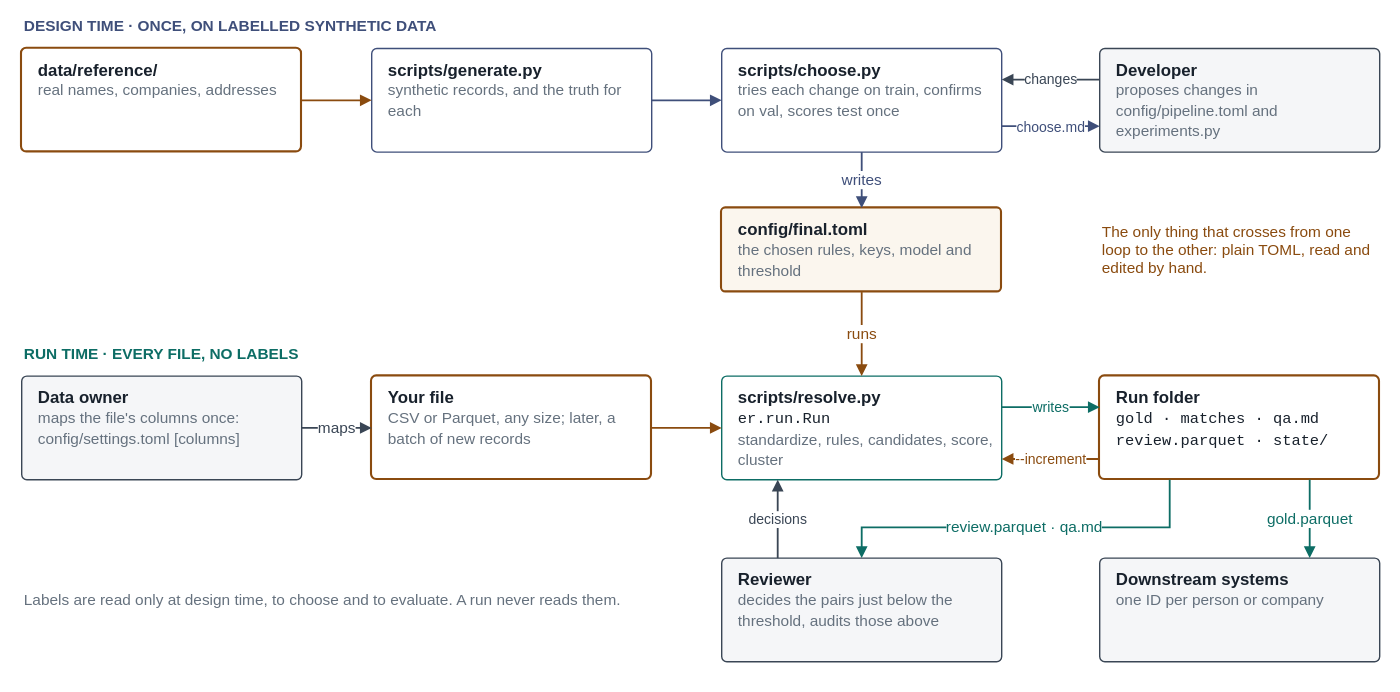
Earlier version of the draw.io export docs/architecture-context.drawio.svg (mvsbm/entity_matching). Source tidied: cells renumbered, new cells last; positions are measured from the earlier drawing's top-left corner, leaving out a move shared by most shapes.
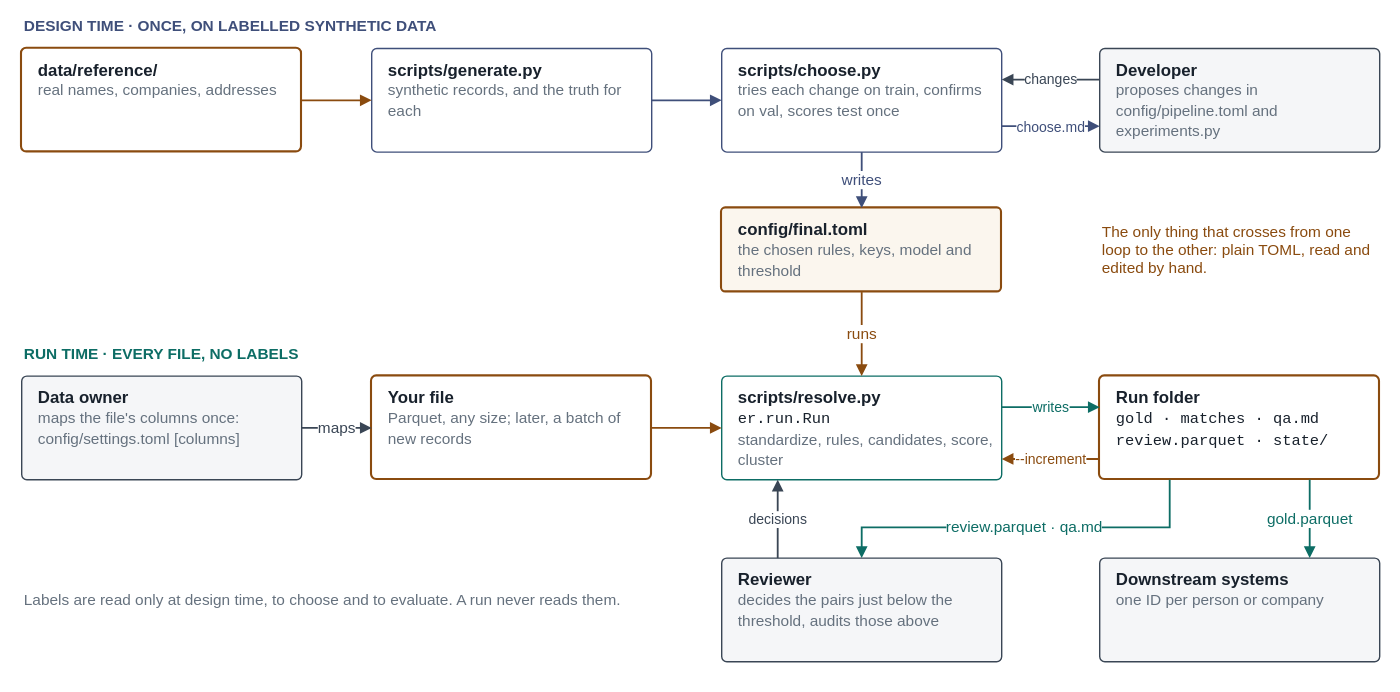
Above is the later version.

Diff of the diagram source:
```diff
@@ -44,7 +44,7 @@
     <mxCell id="15" value="&lt;b&gt;Data owner&lt;/b&gt;&lt;br&gt;&lt;font color=&quot;#65717e&quot; style=&quot;font-size:11px&quot;&gt;maps the file&amp;#x27;s columns once: config/settings.toml [columns]&lt;/font&gt;" style="rounded=1;arcSize=5;whiteSpace=wrap;html=1;align=left;verticalAlign=top;spacingLeft=10;spacingTop=2;fontFamily=Helvetica;fontSize=12;fontColor=#18212c;fillColor=#ffffff;strokeColor=#3a4655;fillColor=#f5f6f8;" parent="1" vertex="1">
       <mxGeometry y="260" width="200" height="74" as="geometry" />
     </mxCell>
-    <mxCell id="16" value="&lt;b&gt;Your file&lt;/b&gt;&lt;br&gt;&lt;font color=&quot;#65717e&quot; style=&quot;font-size:11px&quot;&gt;CSV or Parquet, any size; later, a batch of new records&lt;/font&gt;" style="rounded=1;arcSize=5;whiteSpace=wrap;html=1;align=left;verticalAlign=top;spacingLeft=10;spacingTop=2;fontFamily=Helvetica;fontSize=12;fontColor=#18212c;fillColor=#ffffff;strokeColor=#8a4b0f;strokeWidth=1.5;" parent="1" vertex="1">
+    <mxCell id="16" value="&lt;b&gt;Your file&lt;/b&gt;&lt;br&gt;&lt;font color=&quot;#65717e&quot; style=&quot;font-size:11px&quot;&gt;Parquet, any size; later, a batch of new records&lt;/font&gt;" style="rounded=1;arcSize=5;whiteSpace=wrap;html=1;align=left;verticalAlign=top;spacingLeft=10;spacingTop=2;fontFamily=Helvetica;fontSize=12;fontColor=#18212c;fillColor=#ffffff;strokeColor=#8a4b0f;strokeWidth=1.5;" parent="1" vertex="1">
       <mxGeometry x="250" y="260" width="200" height="74" as="geometry" />
     </mxCell>
     <mxCell id="17" value="&lt;b&gt;scripts/resolve.py&lt;/b&gt;&lt;br&gt;&lt;font face=&quot;Courier New&quot; style=&quot;font-size:11px&quot;&gt;er.run.Run&lt;/font&gt;&lt;br&gt;&lt;font color=&quot;#65717e&quot; style=&quot;font-size:11px&quot;&gt;standardize, rules, candidates, score, cluster&lt;/font&gt;" style="rounded=1;arcSize=5;whiteSpace=wrap;html=1;align=left;verticalAlign=top;spacingLeft=10;spacingTop=2;fontFamily=Helvetica;fontSize=12;fontColor=#18212c;fillColor=#ffffff;strokeColor=#0d6d65;" parent="1" vertex="1">
```
